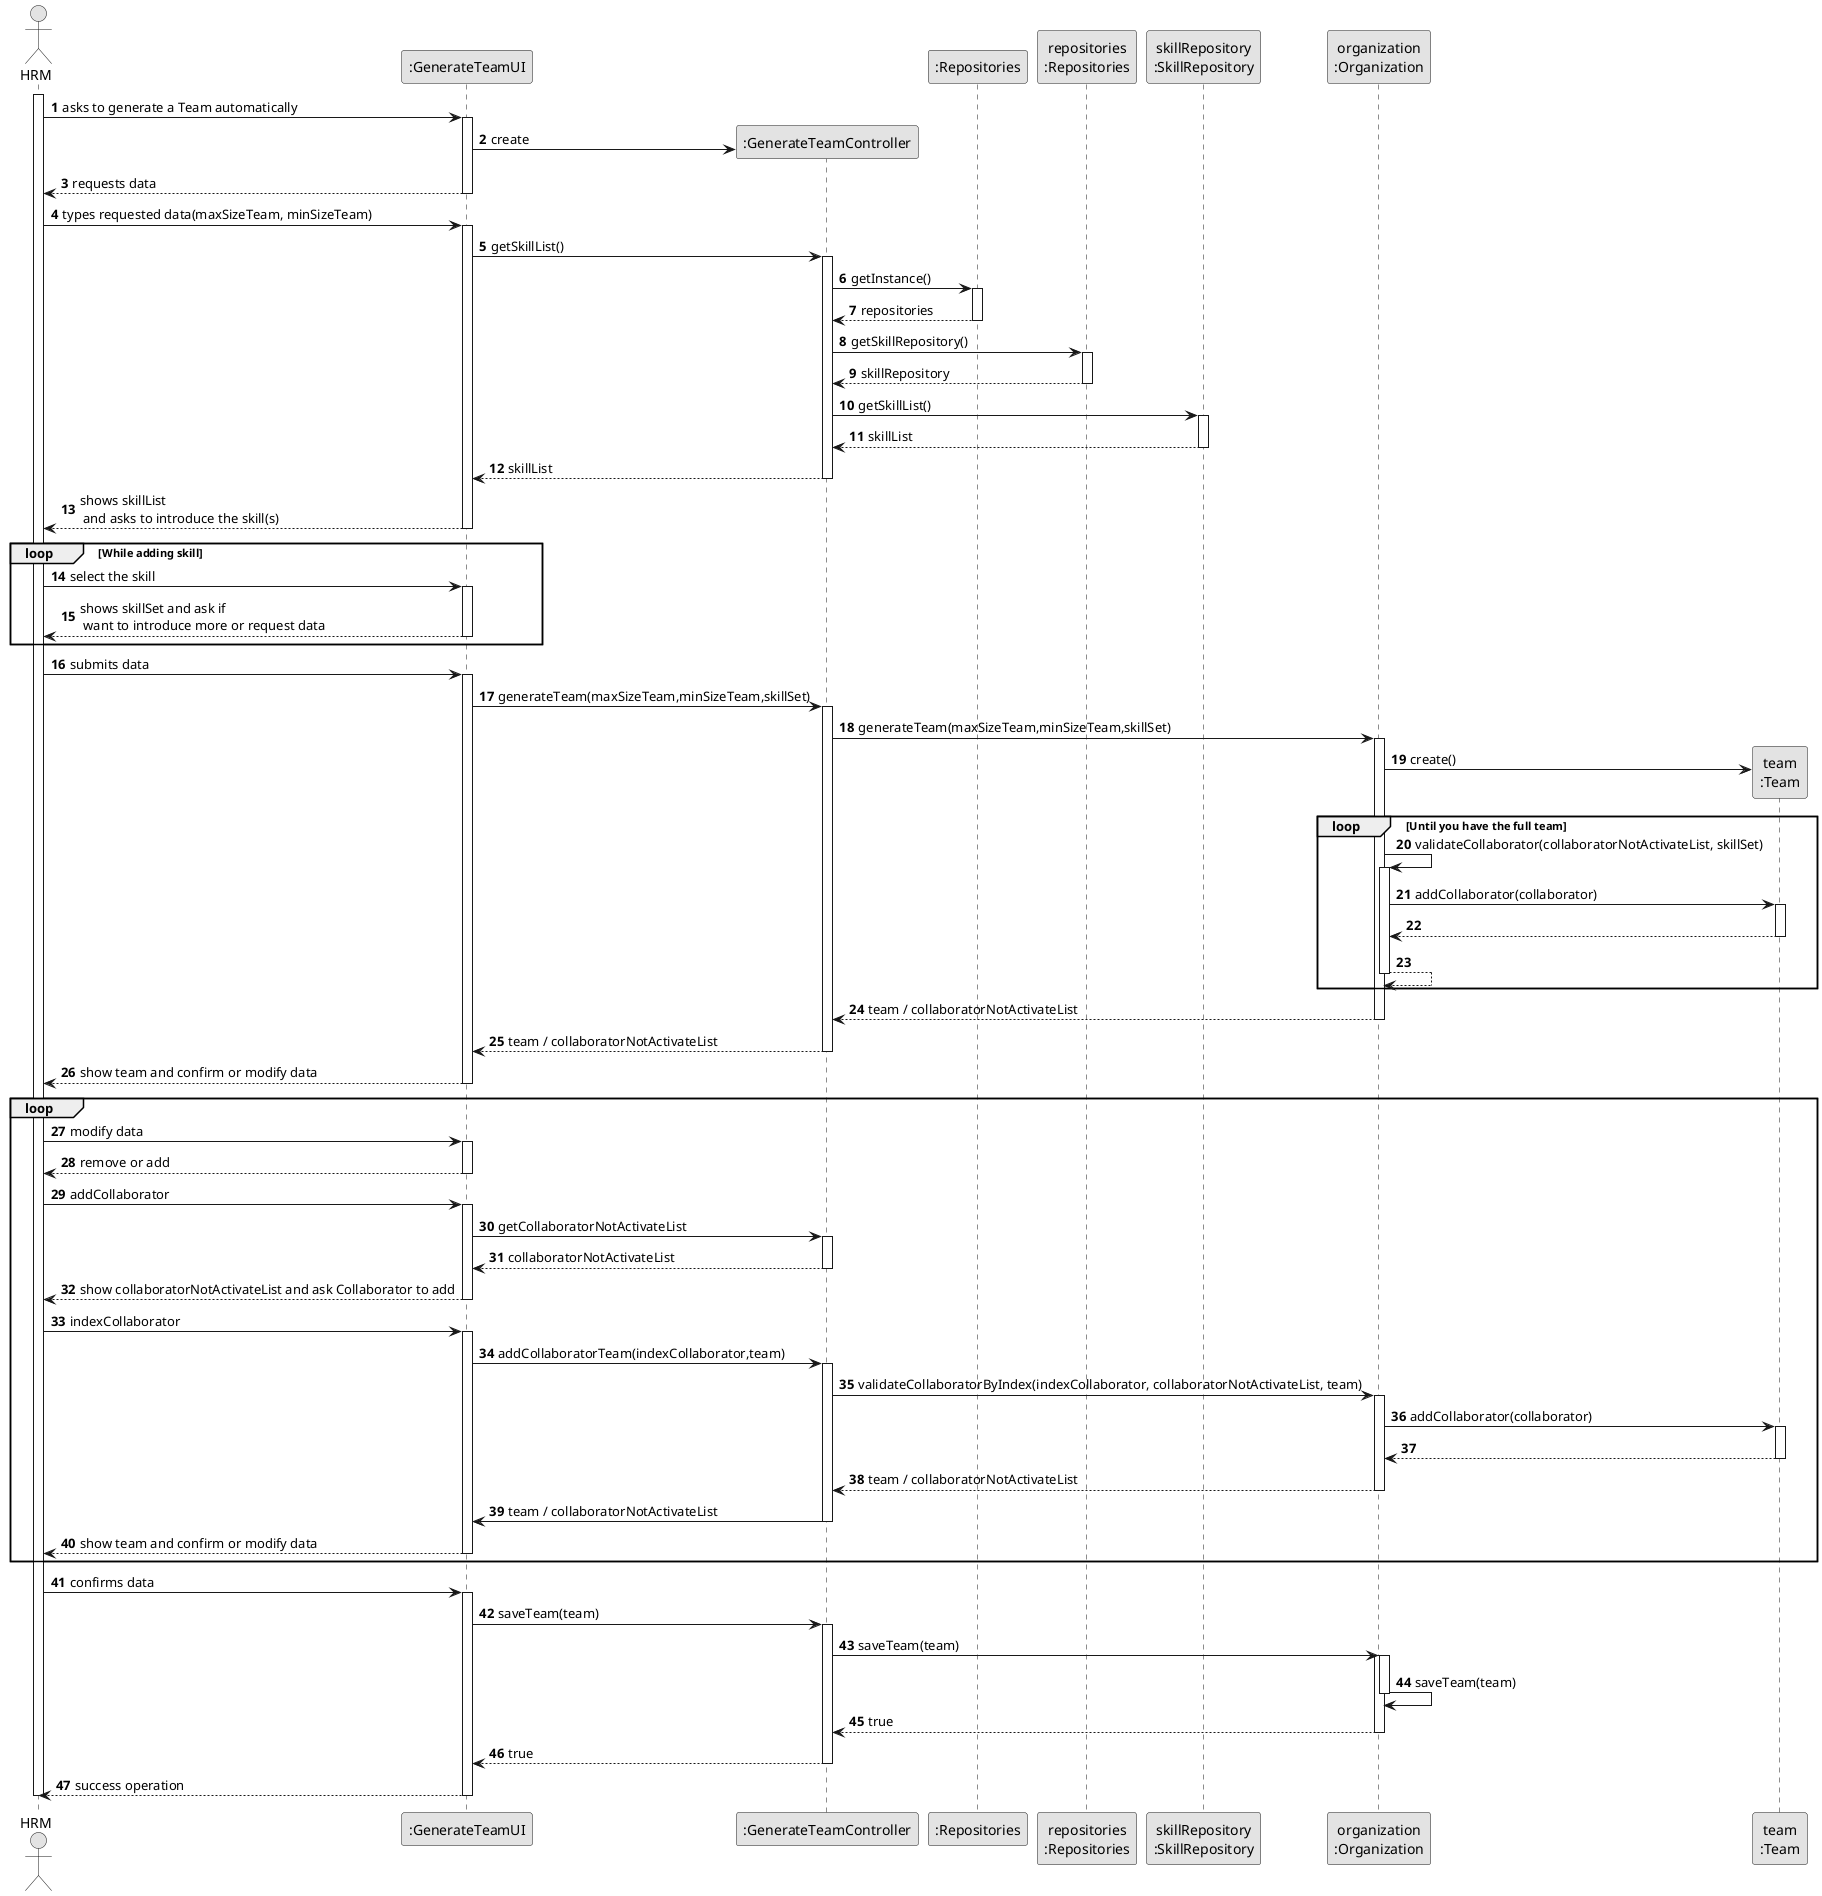
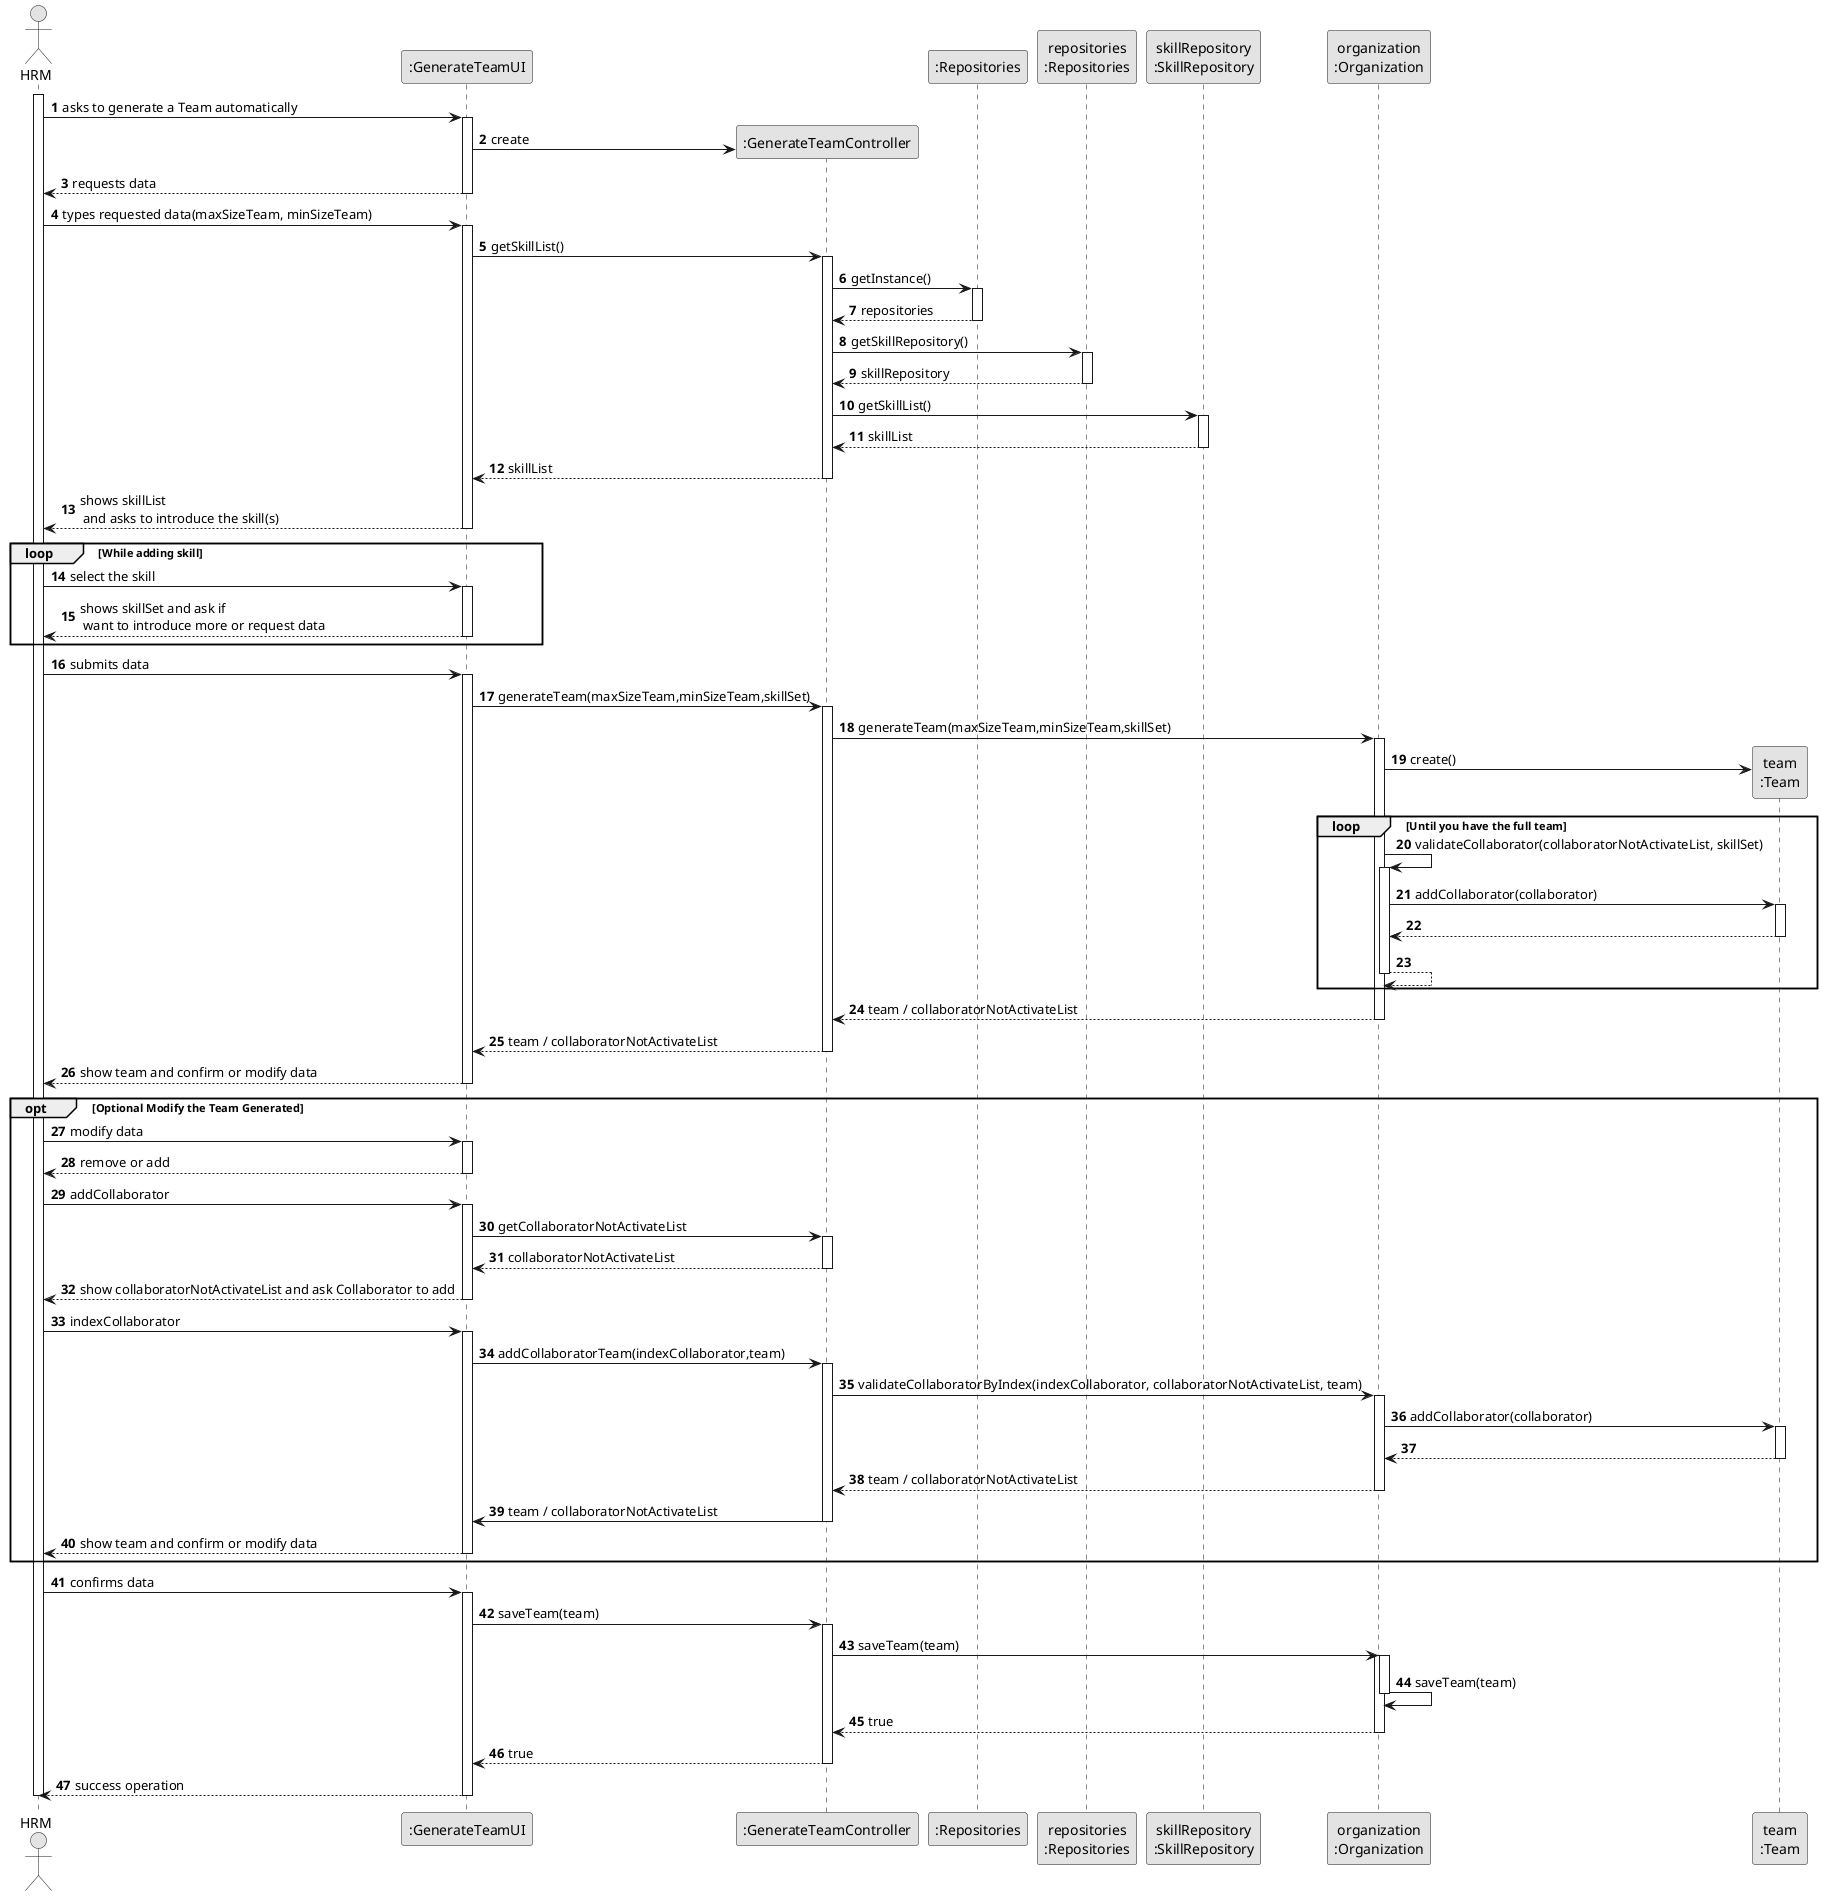
@startuml
skinparam monochrome true
skinparam packageStyle rectangle
skinparam shadowing false

autonumber

'hide footbox
actor "HRM" as HRM
participant ":GenerateTeamUI" as UI
participant ":GenerateTeamController" as CTRL
participant ":Repositories" as RepositorySingleton
participant "repositories\n:Repositories" as PLAT
participant "skillRepository\n:SkillRepository" as SkillRepository
participant "organization\n:Organization" as ORG
participant "team\n:Team" as Team

activate HRM

        HRM -> UI : asks to generate a Team automatically

        activate UI

'           UI --> HRM : requests data (reference, description,  informal \n description, technical description, duration, cost)
            'create CTRL
            UI -> CTRL** : create


            UI --> HRM : requests data
        deactivate UI

        HRM -> UI : types requested data(maxSizeTeam, minSizeTeam)
        activate UI




    UI -> CTRL : getSkillList()
                activate CTRL

                    CTRL -> RepositorySingleton : getInstance()
                    activate RepositorySingleton

                        RepositorySingleton --> CTRL: repositories
                    deactivate RepositorySingleton

                    CTRL -> PLAT : getSkillRepository()
                    activate PLAT

                        PLAT --> CTRL: skillRepository
                    deactivate PLAT

                    CTRL -> SkillRepository : getSkillList()
                    activate SkillRepository

                        SkillRepository --> CTRL : skillList
                    deactivate SkillRepository

    CTRL --> UI : skillList
    deactivate CTRL



    UI --> HRM : shows skillList\n and asks to introduce the skill(s)
    deactivate UI
    loop While adding skill
    HRM -> UI : select the skill
    activate UI

        UI --> HRM : shows skillSet and ask if \n want to introduce more or request data
    deactivate UI
    end
    HRM -> UI : submits data
    activate UI

        UI -> CTRL : generateTeam(maxSizeTeam,minSizeTeam,skillSet)
        activate CTRL



            CTRL -> ORG:generateTeam(maxSizeTeam,minSizeTeam,skillSet)
            activate ORG

                ORG -> Team**: create()

                loop Until you have the full team
                ORG -> ORG: validateCollaborator(collaboratorNotActivateList, skillSet)
                activate ORG

                    ORG -> Team: addCollaborator(collaborator)
                    activate Team

                        Team --> ORG
                    deactivate Team

                    ORG --> ORG
                deactivate ORG
                end

                ORG --> CTRL : team / collaboratorNotActivateList

            deactivate ORG

            CTRL --> UI: team / collaboratorNotActivateList
            deactivate CTRL
            UI --> HRM : show team and confirm or modify data
    deactivate UI

-     loop
+     opt Optional Modify the Team Generated
    HRM -> UI : modify data
    activate UI

    UI --> HRM : remove or add
    deactivate UI
    HRM -> UI : addCollaborator
    activate UI

    UI -> CTRL : getCollaboratorNotActivateList
    activate CTRL

    CTRL --> UI : collaboratorNotActivateList
    deactivate CTRL

    UI --> HRM : show collaboratorNotActivateList and ask Collaborator to add
    deactivate UI

    HRM -> UI : indexCollaborator
    activate UI

    UI -> CTRL : addCollaboratorTeam(indexCollaborator,team)
    activate CTRL

    CTRL -> ORG : validateCollaboratorByIndex(indexCollaborator, collaboratorNotActivateList, team)
    activate ORG

        ORG -> Team: addCollaborator(collaborator)
                        activate Team

                            Team --> ORG
                        deactivate Team

    ORG --> CTRL : team / collaboratorNotActivateList


    deactivate ORG



    CTRL -> UI : team / collaboratorNotActivateList
    deactivate CTRL
                UI --> HRM : show team and confirm or modify data
        deactivate UI


    end


    HRM -> UI: confirms data
    activate UI


    UI -> CTRL : saveTeam(team)
    activate CTRL

    CTRL -> ORG : saveTeam(team)
    activate ORG
    activate ORG
    ORG -> ORG : saveTeam(team)
    deactivate ORG

    ORG --> CTRL : true
    deactivate ORG

    CTRL --> UI : true
    deactivate CTRL

    UI --> HRM : success operation
    deactivate UI


deactivate HRM

@enduml